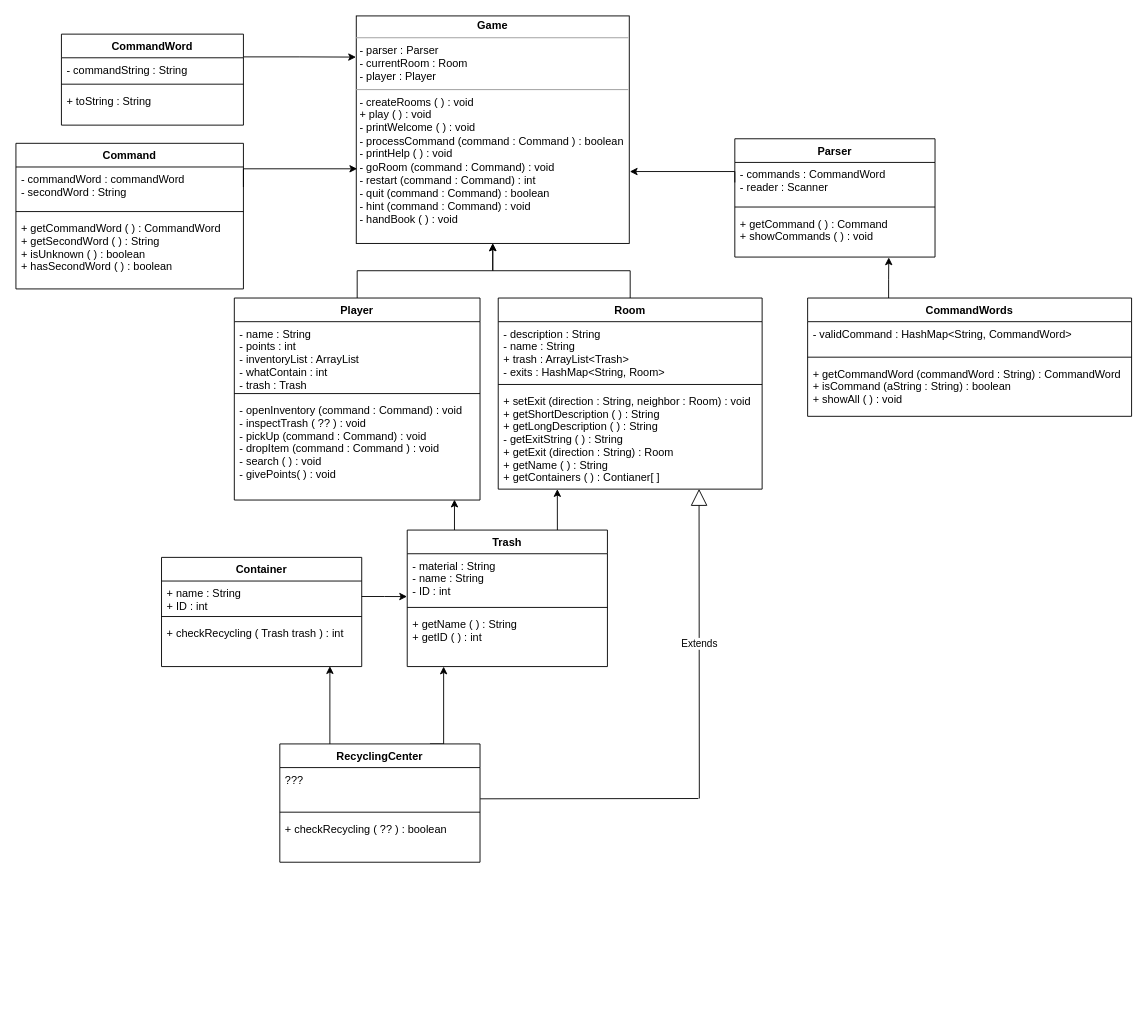
The draw.io diagram .idea/Untitled Diagram.drawio in GachiRoss/Projekt-OOP-T4-1, before the edit. Source tidied: cells renumbered, new cells numbered last; positions are measured from the earlier drawing's top-left corner, leaving out a move shared by most shapes. Both pictures are drawn from the tidied source at 91%, with x=0, y=0 at pixel (15, 15).
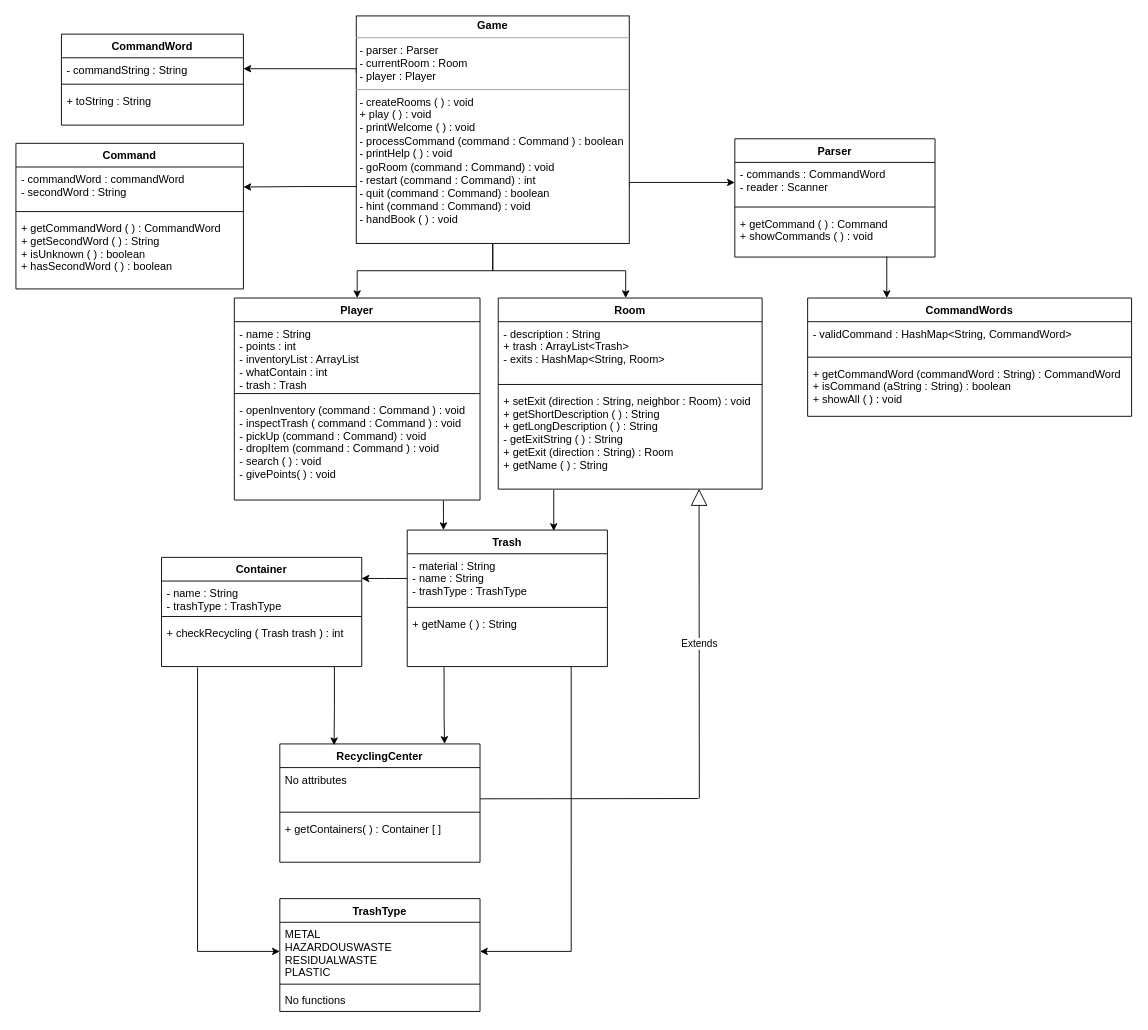
The same diagram, later.

Unchanged cells that the change refers to:
```xml
<mxCell id="2" value="&lt;p style=&quot;margin: 0px ; margin-top: 4px ; text-align: center&quot;&gt;&lt;b&gt;Game&lt;/b&gt;&lt;/p&gt;&lt;hr size=&quot;1&quot;&gt;&lt;p style=&quot;margin: 0px ; margin-left: 4px&quot;&gt;- parser : Parser&lt;/p&gt;&lt;p style=&quot;margin: 0px ; margin-left: 4px&quot;&gt;- currentRoom : Room&lt;/p&gt;&lt;p style=&quot;margin: 0px ; margin-left: 4px&quot;&gt;- player : Player&lt;/p&gt;&lt;hr size=&quot;1&quot;&gt;&lt;p style=&quot;margin: 0px ; margin-left: 4px&quot;&gt;- createRooms ( ) : void&lt;/p&gt;&lt;p style=&quot;margin: 0px ; margin-left: 4px&quot;&gt;+ play ( ) : void&lt;/p&gt;&lt;p style=&quot;margin: 0px ; margin-left: 4px&quot;&gt;- printWelcome ( ) : void&lt;/p&gt;&lt;p style=&quot;margin: 0px ; margin-left: 4px&quot;&gt;- processCommand (command : Command ) : boolean&lt;/p&gt;&lt;p style=&quot;margin: 0px ; margin-left: 4px&quot;&gt;- printHelp ( ) : void&lt;/p&gt;&lt;p style=&quot;margin: 0px ; margin-left: 4px&quot;&gt;- goRoom (command : Command) : void&lt;/p&gt;&lt;p style=&quot;margin: 0px ; margin-left: 4px&quot;&gt;- restart (command : Command) : int&lt;/p&gt;&lt;p style=&quot;margin: 0px ; margin-left: 4px&quot;&gt;- quit (command : Command) : boolean&lt;/p&gt;&lt;p style=&quot;margin: 0px ; margin-left: 4px&quot;&gt;- hint (command : Command) : void&lt;/p&gt;&lt;p style=&quot;margin: 0px ; margin-left: 4px&quot;&gt;- handBook ( ) : void&lt;/p&gt;&lt;p style=&quot;margin: 0px ; margin-left: 4px&quot;&gt;&lt;br&gt;&lt;/p&gt;" style="verticalAlign=top;align=left;overflow=fill;fontSize=12;fontFamily=Helvetica;html=1;" parent="1" vertex="1">
  <mxGeometry x="374" width="300" height="250" as="geometry" />
</mxCell>
<mxCell id="4" value="Player" style="swimlane;fontStyle=1;align=center;verticalAlign=top;horizontal=1;startSize=26;fontFamily=Helvetica;" parent="1" vertex="1">
  <mxGeometry x="240" y="310" width="270" height="222" as="geometry" />
</mxCell>
<mxCell id="9" value="Room" style="swimlane;fontStyle=1;align=center;verticalAlign=top;horizontal=1;startSize=26;fontFamily=Helvetica;" parent="1" vertex="1">
  <mxGeometry x="530" y="310" width="290" height="210" as="geometry" />
</mxCell>
<mxCell id="14" value="- commands : CommandWord&#10;- reader : Scanner" style="text;strokeColor=none;fillColor=none;align=left;verticalAlign=top;spacingLeft=4;spacingRight=4;overflow=hidden;points=[[0,0.5],[1,0.5]];portConstraint=eastwest;" parent="13" vertex="1">
  <mxGeometry y="26" width="220" height="44" as="geometry" />
</mxCell>
<mxCell id="16" value="+ getCommand ( ) : Command&#10;+ showCommands ( ) : void" style="text;strokeColor=none;fillColor=none;align=left;verticalAlign=top;spacingLeft=4;spacingRight=4;overflow=hidden;points=[[0,0.5],[1,0.5]];portConstraint=eastwest;" parent="13" vertex="1">
  <mxGeometry y="80" width="220" height="50" as="geometry" />
</mxCell>
<mxCell id="18" value="CommandWord" style="swimlane;fontStyle=1;align=center;verticalAlign=top;horizontal=1;startSize=26;fontFamily=Helvetica;" parent="1" vertex="1">
  <mxGeometry x="50" y="20" width="200" height="100" as="geometry" />
</mxCell>
<mxCell id="19" value="- commandString : String" style="text;strokeColor=none;fillColor=none;align=left;verticalAlign=top;spacingLeft=4;spacingRight=4;overflow=hidden;points=[[0,0.5],[1,0.5]];portConstraint=eastwest;" parent="18" vertex="1">
  <mxGeometry y="26" width="200" height="24" as="geometry" />
</mxCell>
<mxCell id="23" value="CommandWords" style="swimlane;fontStyle=1;align=center;verticalAlign=top;horizontal=1;startSize=26;fontFamily=Helvetica;" parent="1" vertex="1">
  <mxGeometry x="870" y="310" width="356" height="130" as="geometry" />
</mxCell>
<mxCell id="29" value="Trash" style="swimlane;fontStyle=1;align=center;verticalAlign=top;horizontal=1;startSize=26;fontFamily=Helvetica;" parent="1" vertex="1">
  <mxGeometry x="430" y="565" width="220" height="150" as="geometry" />
</mxCell>
<mxCell id="33" value="Container" style="swimlane;fontStyle=1;align=center;verticalAlign=top;horizontal=1;startSize=26;fontFamily=Helvetica;" parent="1" vertex="1">
  <mxGeometry x="160" y="595" width="220" height="120" as="geometry" />
</mxCell>
<mxCell id="36" value="+ checkRecycling ( Trash trash ) : int" style="text;strokeColor=none;fillColor=none;align=left;verticalAlign=top;spacingLeft=4;spacingRight=4;overflow=hidden;points=[[0,0.5],[1,0.5]];portConstraint=eastwest;" parent="33" vertex="1">
  <mxGeometry y="70" width="220" height="50" as="geometry" />
</mxCell>
<mxCell id="39" value="RecyclingCenter" style="swimlane;fontStyle=1;align=center;verticalAlign=top;horizontal=1;startSize=26;fontFamily=Helvetica;" parent="1" vertex="1">
  <mxGeometry x="290" y="800" width="220" height="130" as="geometry" />
</mxCell>
<mxCell id="44" value="- commandWord : commandWord&#10;- secondWord : String" style="text;strokeColor=none;fillColor=none;align=left;verticalAlign=top;spacingLeft=4;spacingRight=4;overflow=hidden;points=[[0,0.5],[1,0.5]];portConstraint=eastwest;" parent="43" vertex="1">
  <mxGeometry y="26" width="250" height="44" as="geometry" />
</mxCell>
```

The edit, as a diff of the source:
```diff
@@
+    <mxCell id="52" style="edgeStyle=orthogonalEdgeStyle;rounded=0;jettySize=auto;html=1;exitX=0;exitY=0.75;exitDx=0;exitDy=0;entryX=1;entryY=0.5;entryDx=0;entryDy=0;" parent="1" edge="1" source="2" target="44">
+      <mxGeometry relative="1" as="geometry">
+        <Array as="points">
+          <mxPoint x="312" y="188" />
+        </Array>
+      </mxGeometry>
+    </mxCell>
+    <mxCell id="53" style="edgeStyle=orthogonalEdgeStyle;rounded=0;jettySize=auto;html=1;exitX=0;exitY=0.25;exitDx=0;exitDy=0;entryX=1;entryY=0.5;entryDx=0;entryDy=0;" parent="1" edge="1" source="2" target="19">
+      <mxGeometry relative="1" as="geometry">
+        <Array as="points">
+          <mxPoint x="374" y="58" />
+        </Array>
+      </mxGeometry>
+    </mxCell>
+    <mxCell id="54" style="edgeStyle=orthogonalEdgeStyle;rounded=0;jettySize=auto;html=1;exitX=0.5;exitY=1;exitDx=0;exitDy=0;entryX=0.5;entryY=0;entryDx=0;entryDy=0;" parent="1" edge="1" source="2" target="4">
+      <mxGeometry relative="1" as="geometry" />
+    </mxCell>
+    <mxCell id="55" style="edgeStyle=orthogonalEdgeStyle;rounded=0;jettySize=auto;html=1;exitX=0.5;exitY=1;exitDx=0;exitDy=0;entryX=0.483;entryY=0;entryDx=0;entryDy=0;entryPerimeter=0;" parent="1" edge="1" source="2" target="9">
+      <mxGeometry relative="1" as="geometry" />
+    </mxCell>
+    <mxCell id="56" style="edgeStyle=orthogonalEdgeStyle;rounded=0;jettySize=auto;html=1;exitX=1;exitY=0.75;exitDx=0;exitDy=0;entryX=0;entryY=0.5;entryDx=0;entryDy=0;" parent="1" edge="1" source="2" target="14">
+      <mxGeometry relative="1" as="geometry">
+        <Array as="points">
+          <mxPoint x="674" y="183" />
+        </Array>
+      </mxGeometry>
+    </mxCell>
@@
-    <mxCell id="3" style="edgeStyle=orthogonalEdgeStyle;rounded=0;jettySize=auto;html=1;exitX=0.5;exitY=0;exitDx=0;exitDy=0;fontFamily=Helvetica;" parent="1" edge="1" source="4" target="2">
-      <mxGeometry relative="1" as="geometry" />
-    </mxCell>
@@
-    <mxCell id="7" value="- openInventory (command : Command) : void&#10;- inspectTrash ( ?? ) : void&#10;- pickUp (command : Command) : void&#10;- dropItem (command : Command ) : void&#10;- search ( ) : void &#10;- givePoints( ) : void" style="text;strokeColor=none;fillColor=none;align=left;verticalAlign=top;spacingLeft=4;spacingRight=4;overflow=hidden;points=[[0,0.5],[1,0.5]];portConstraint=eastwest;" parent="4" vertex="1">
+    <mxCell id="7" value="- openInventory (command : Command ) : void&#10;- inspectTrash ( command : Command ) : void&#10;- pickUp (command : Command) : void&#10;- dropItem (command : Command ) : void&#10;- search ( ) : void &#10;- givePoints( ) : void" style="text;strokeColor=none;fillColor=none;align=left;verticalAlign=top;spacingLeft=4;spacingRight=4;overflow=hidden;points=[[0,0.5],[1,0.5]];portConstraint=eastwest;" parent="4" vertex="1">
       <mxGeometry y="110" width="270" height="112" as="geometry" />
     </mxCell>
-    <mxCell id="8" style="edgeStyle=orthogonalEdgeStyle;rounded=0;jettySize=auto;html=1;exitX=0.5;exitY=0;exitDx=0;exitDy=0;entryX=0.5;entryY=1;entryDx=0;entryDy=0;fontFamily=Helvetica;" parent="1" edge="1" source="9" target="2">
-      <mxGeometry relative="1" as="geometry" />
-    </mxCell>
@@
-    <mxCell id="10" value="- description : String&#10;- name : String&#10;+ trash : ArrayList&lt;Trash&gt;&#10;- exits : HashMap&lt;String, Room&gt;&#10;" style="text;strokeColor=none;fillColor=none;align=left;verticalAlign=top;spacingLeft=4;spacingRight=4;overflow=hidden;" parent="9" vertex="1">
+    <mxCell id="10" value="- description : String&#10;+ trash : ArrayList&lt;Trash&gt;&#10;- exits : HashMap&lt;String, Room&gt;&#10;" style="text;strokeColor=none;fillColor=none;align=left;verticalAlign=top;spacingLeft=4;spacingRight=4;overflow=hidden;" parent="9" vertex="1">
       <mxGeometry y="26" width="290" height="64" as="geometry" />
     </mxCell>
@@
-    <mxCell id="12" value="+ setExit (direction : String, neighbor : Room) : void&#10;+ getShortDescription ( ) : String&#10;+ getLongDescription ( ) : String&#10;- getExitString ( ) : String&#10;+ getExit (direction : String) : Room&#10;+ getName ( ) : String&#10;+ getContainers ( ) : Contianer[ ]" style="text;strokeColor=none;fillColor=none;align=left;verticalAlign=top;spacingLeft=4;spacingRight=4;overflow=hidden;points=[[0,0.5],[1,0.5]];portConstraint=eastwest;strokeWidth=2;spacing=2;" parent="9" vertex="1">
+    <mxCell id="12" value="+ setExit (direction : String, neighbor : Room) : void&#10;+ getShortDescription ( ) : String&#10;+ getLongDescription ( ) : String&#10;- getExitString ( ) : String&#10;+ getExit (direction : String) : Room&#10;+ getName ( ) : String&#10;" style="text;strokeColor=none;fillColor=none;align=left;verticalAlign=top;spacingLeft=4;spacingRight=4;overflow=hidden;points=[[0,0.5],[1,0.5]];portConstraint=eastwest;strokeWidth=2;spacing=2;" parent="9" vertex="1">
       <mxGeometry y="100" width="290" height="110" as="geometry" />
     </mxCell>
@@
-    <mxCell id="17" style="edgeStyle=orthogonalEdgeStyle;rounded=0;jettySize=auto;html=1;exitX=1;exitY=0.25;exitDx=0;exitDy=0;entryX=-0.001;entryY=0.181;entryDx=0;entryDy=0;entryPerimeter=0;fontFamily=Helvetica;" parent="1" edge="1" source="18" target="2">
-      <mxGeometry relative="1" as="geometry" />
-    </mxCell>
@@
-    <mxCell id="22" style="edgeStyle=orthogonalEdgeStyle;rounded=0;jettySize=auto;html=1;exitX=0.25;exitY=0;exitDx=0;exitDy=0;fontFamily=Helvetica;entryX=0.769;entryY=1.008;entryDx=0;entryDy=0;entryPerimeter=0;" parent="1" edge="1" source="23" target="16">
-      <mxGeometry relative="1" as="geometry">
-        <Array as="points">
-          <mxPoint x="959" y="290" />
-          <mxPoint x="959" y="290" />
-        </Array>
-      </mxGeometry>
-    </mxCell>
@@
-    <mxCell id="27" style="edgeStyle=orthogonalEdgeStyle;rounded=0;jettySize=auto;html=1;exitX=0.75;exitY=0;exitDx=0;exitDy=0;entryX=0.224;entryY=1;entryDx=0;entryDy=0;entryPerimeter=0;fontFamily=Helvetica;" parent="1" edge="1" source="29" target="12">
-      <mxGeometry relative="1" as="geometry" />
-    </mxCell>
-    <mxCell id="28" style="edgeStyle=orthogonalEdgeStyle;rounded=0;jettySize=auto;html=1;exitX=0.236;exitY=0.002;exitDx=0;exitDy=0;entryX=0.896;entryY=0.996;entryDx=0;entryDy=0;entryPerimeter=0;fontFamily=Helvetica;exitPerimeter=0;" parent="1" edge="1" source="29" target="7">
-      <mxGeometry relative="1" as="geometry" />
-    </mxCell>
@@
-    <mxCell id="30" value="- material : String &#10;- name : String&#10;- ID : int " style="text;strokeColor=none;fillColor=none;align=left;verticalAlign=top;spacingLeft=4;spacingRight=4;overflow=hidden;points=[[0,0.5],[1,0.5]];portConstraint=eastwest;" parent="29" vertex="1">
+    <mxCell id="30" value="- material : String &#10;- name : String&#10;- trashType : TrashType" style="text;strokeColor=none;fillColor=none;align=left;verticalAlign=top;spacingLeft=4;spacingRight=4;overflow=hidden;points=[[0,0.5],[1,0.5]];portConstraint=eastwest;" parent="29" vertex="1">
       <mxGeometry y="26" width="220" height="54" as="geometry" />
     </mxCell>
@@
-    <mxCell id="32" value="+ getName ( ) : String&#10;+ getID ( ) : int" style="text;strokeColor=none;fillColor=none;align=left;verticalAlign=top;spacingLeft=4;spacingRight=4;overflow=hidden;points=[[0,0.5],[1,0.5]];portConstraint=eastwest;" parent="29" vertex="1">
+    <mxCell id="32" value="+ getName ( ) : String&#10;" style="text;strokeColor=none;fillColor=none;align=left;verticalAlign=top;spacingLeft=4;spacingRight=4;overflow=hidden;points=[[0,0.5],[1,0.5]];portConstraint=eastwest;" parent="29" vertex="1">
       <mxGeometry y="90" width="220" height="60" as="geometry" />
     </mxCell>
@@
-    <mxCell id="34" value="+ name : String&#10;+ ID : int" style="text;strokeColor=none;fillColor=none;align=left;verticalAlign=top;spacingLeft=4;spacingRight=4;overflow=hidden;points=[[0,0.5],[1,0.5]];portConstraint=eastwest;" parent="33" vertex="1">
+    <mxCell id="34" value="- name : String&#10;- trashType : TrashType" style="text;strokeColor=none;fillColor=none;align=left;verticalAlign=top;spacingLeft=4;spacingRight=4;overflow=hidden;points=[[0,0.5],[1,0.5]];portConstraint=eastwest;" parent="33" vertex="1">
       <mxGeometry y="26" width="220" height="34" as="geometry" />
     </mxCell>
@@
-    <mxCell id="37" style="edgeStyle=orthogonalEdgeStyle;rounded=0;jettySize=auto;html=1;exitX=0.75;exitY=0;exitDx=0;exitDy=0;fontFamily=Helvetica;" parent="1" edge="1" source="39" target="32">
-      <mxGeometry relative="1" as="geometry">
-        <Array as="points">
-          <mxPoint x="470" y="800" />
-        </Array>
-      </mxGeometry>
-    </mxCell>
-    <mxCell id="38" style="edgeStyle=orthogonalEdgeStyle;rounded=0;jettySize=auto;html=1;exitX=0.25;exitY=0;exitDx=0;exitDy=0;fontFamily=Helvetica;entryX=0.841;entryY=0.992;entryDx=0;entryDy=0;entryPerimeter=0;" parent="1" edge="1" source="39" target="36">
-      <mxGeometry relative="1" as="geometry" />
-    </mxCell>
@@
-    <mxCell id="40" value="???" style="text;strokeColor=none;fillColor=none;align=left;verticalAlign=top;spacingLeft=4;spacingRight=4;overflow=hidden;points=[[0,0.5],[1,0.5]];portConstraint=eastwest;" parent="39" vertex="1">
+    <mxCell id="40" value="No attributes" style="text;strokeColor=none;fillColor=none;align=left;verticalAlign=top;spacingLeft=4;spacingRight=4;overflow=hidden;points=[[0,0.5],[1,0.5]];portConstraint=eastwest;" parent="39" vertex="1">
       <mxGeometry y="26" width="220" height="44" as="geometry" />
     </mxCell>
@@
-    <mxCell id="42" value="+ checkRecycling ( ?? ) : boolean" style="text;strokeColor=none;fillColor=none;align=left;verticalAlign=top;spacingLeft=4;spacingRight=4;overflow=hidden;" parent="39" vertex="1">
+    <mxCell id="42" value="+ getContainers( ) : Container [ ]" style="text;strokeColor=none;fillColor=none;align=left;verticalAlign=top;spacingLeft=4;spacingRight=4;overflow=hidden;" parent="39" vertex="1">
       <mxGeometry y="80" width="220" height="50" as="geometry" />
     </mxCell>
@@
-    <mxCell id="47" style="edgeStyle=orthogonalEdgeStyle;rounded=0;jettySize=auto;html=1;exitX=1;exitY=0.5;exitDx=0;exitDy=0;fontFamily=Helvetica;" parent="1" edge="1" source="44">
-      <mxGeometry relative="1" as="geometry">
-        <mxPoint x="375" y="168" as="targetPoint" />
-        <Array as="points">
-          <mxPoint x="375" y="168" />
-        </Array>
-      </mxGeometry>
-    </mxCell>
-    <mxCell id="48" style="edgeStyle=orthogonalEdgeStyle;rounded=0;jettySize=auto;html=1;exitX=1;exitY=0.5;exitDx=0;exitDy=0;entryX=-0.001;entryY=0.872;entryDx=0;entryDy=0;entryPerimeter=0;fontFamily=Helvetica;" parent="1" edge="1" source="34" target="30">
-      <mxGeometry relative="1" as="geometry" />
-    </mxCell>
@@
-    <mxCell id="51" style="edgeStyle=orthogonalEdgeStyle;rounded=0;jettySize=auto;html=1;exitX=0;exitY=0.5;exitDx=0;exitDy=0;entryX=1.002;entryY=0.684;entryDx=0;entryDy=0;fontFamily=Helvetica;entryPerimeter=0;" parent="1" edge="1" source="14" target="2">
-      <mxGeometry relative="1" as="geometry">
-        <Array as="points">
-          <mxPoint x="790" y="171" />
-        </Array>
-      </mxGeometry>
-    </mxCell>
+    <mxCell id="57" style="edgeStyle=orthogonalEdgeStyle;rounded=0;jettySize=auto;html=1;exitX=0.759;exitY=0.989;exitDx=0;exitDy=0;exitPerimeter=0;" parent="1" edge="1" source="16">
+      <mxGeometry relative="1" as="geometry">
+        <mxPoint x="957" y="310" as="targetPoint" />
+        <Array as="points">
+          <mxPoint x="957" y="310" />
+        </Array>
+      </mxGeometry>
+    </mxCell>
+    <mxCell id="58" style="edgeStyle=orthogonalEdgeStyle;rounded=0;jettySize=auto;html=1;exitX=0.211;exitY=1.008;exitDx=0;exitDy=0;exitPerimeter=0;" parent="1" edge="1" source="12">
+      <mxGeometry relative="1" as="geometry">
+        <mxPoint x="591" y="566" as="targetPoint" />
+        <Array as="points">
+          <mxPoint x="591" y="566" />
+        </Array>
+      </mxGeometry>
+    </mxCell>
+    <mxCell id="59" style="edgeStyle=orthogonalEdgeStyle;rounded=0;jettySize=auto;html=1;exitX=0.851;exitY=1.003;exitDx=0;exitDy=0;exitPerimeter=0;" parent="1" edge="1" source="7" target="29">
+      <mxGeometry relative="1" as="geometry">
+        <Array as="points">
+          <mxPoint x="470" y="552" />
+          <mxPoint x="470" y="552" />
+        </Array>
+      </mxGeometry>
+    </mxCell>
+    <mxCell id="60" style="edgeStyle=orthogonalEdgeStyle;rounded=0;jettySize=auto;html=1;entryX=0.999;entryY=0.193;entryDx=0;entryDy=0;entryPerimeter=0;" parent="1" edge="1" source="30" target="33">
+      <mxGeometry relative="1" as="geometry">
+        <Array as="points">
+          <mxPoint x="405" y="618" />
+        </Array>
+      </mxGeometry>
+    </mxCell>
+    <mxCell id="61" style="edgeStyle=orthogonalEdgeStyle;rounded=0;jettySize=auto;html=1;exitX=0.859;exitY=1.003;exitDx=0;exitDy=0;entryX=0.271;entryY=0.011;entryDx=0;entryDy=0;exitPerimeter=0;entryPerimeter=0;" parent="1" edge="1" source="36" target="39">
+      <mxGeometry relative="1" as="geometry">
+        <Array as="points">
+          <mxPoint x="350" y="715" />
+          <mxPoint x="350" y="758" />
+          <mxPoint x="350" y="758" />
+        </Array>
+      </mxGeometry>
+    </mxCell>
+    <mxCell id="62" style="edgeStyle=orthogonalEdgeStyle;rounded=0;jettySize=auto;html=1;exitX=0.184;exitY=1.013;exitDx=0;exitDy=0;exitPerimeter=0;" parent="1" edge="1" source="32">
+      <mxGeometry relative="1" as="geometry">
+        <mxPoint x="471" y="800" as="targetPoint" />
+        <Array as="points">
+          <mxPoint x="470" y="770" />
+          <mxPoint x="471" y="770" />
+        </Array>
+      </mxGeometry>
+    </mxCell>
+    <mxCell id="63" value="TrashType" style="swimlane;fontStyle=1;align=center;verticalAlign=top;horizontal=1;startSize=26;" parent="1" vertex="1">
+      <mxGeometry x="290" y="970" width="220" height="124" as="geometry" />
+    </mxCell>
+    <mxCell id="64" value="METAL&#10;HAZARDOUSWASTE&#10;RESIDUALWASTE&#10;PLASTIC" style="text;strokeColor=none;fillColor=none;align=left;verticalAlign=top;spacingLeft=4;spacingRight=4;overflow=hidden;points=[[0,0.5],[1,0.5]];portConstraint=eastwest;" parent="63" vertex="1">
+      <mxGeometry y="26" width="220" height="64" as="geometry" />
+    </mxCell>
+    <mxCell id="65" style="line;strokeWidth=1;fillColor=none;align=left;verticalAlign=middle;spacingTop=-1;spacingLeft=3;spacingRight=3;labelPosition=right;" parent="63" vertex="1">
+      <mxGeometry y="90" width="220" height="8" as="geometry" />
+    </mxCell>
+    <mxCell id="66" value="No functions" style="text;strokeColor=none;fillColor=none;align=left;verticalAlign=top;spacingLeft=4;spacingRight=4;overflow=hidden;" parent="63" vertex="1">
+      <mxGeometry y="98" width="220" height="26" as="geometry" />
+    </mxCell>
+    <mxCell id="67" style="edgeStyle=orthogonalEdgeStyle;rounded=0;jettySize=auto;html=1;entryX=1;entryY=0.5;entryDx=0;entryDy=0;exitX=0.819;exitY=1.003;exitDx=0;exitDy=0;exitPerimeter=0;" parent="1" edge="1" source="32" target="64">
+      <mxGeometry relative="1" as="geometry" />
+    </mxCell>
+    <mxCell id="68" style="edgeStyle=orthogonalEdgeStyle;rounded=0;jettySize=auto;html=1;entryX=0;entryY=0.5;entryDx=0;entryDy=0;exitX=0.18;exitY=1.02;exitDx=0;exitDy=0;exitPerimeter=0;" parent="1" edge="1" source="36" target="64">
+      <mxGeometry relative="1" as="geometry" />
+    </mxCell>
```
